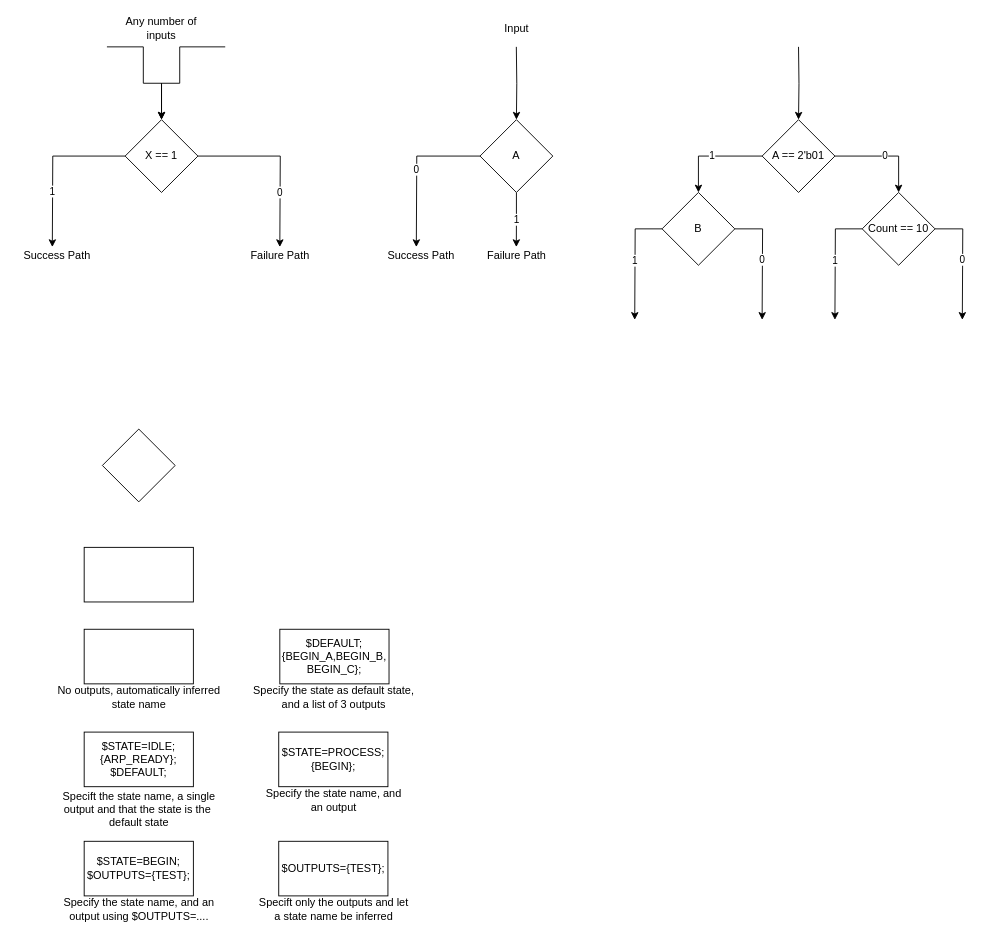
The draw.io diagram resources/fsm/readme.drawio in jonahfoley/FSM.io, before the edit. Source tidied: cells renumbered, new cells numbered last; positions are measured from the earlier drawing's top-left corner, leaving out a move shared by most shapes. Both pictures are drawn from the tidied source at 91%, with x=0, y=0 at pixel (15, 19).
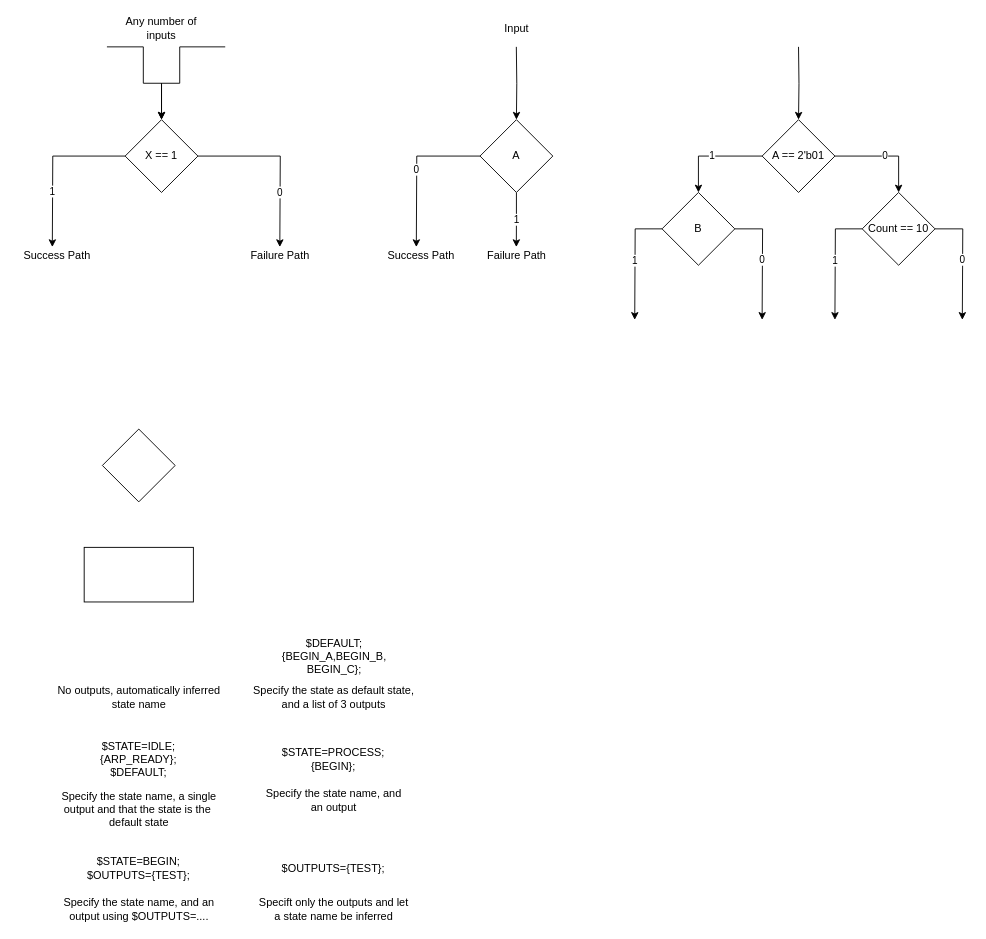
The same page after the edit.

Change to the diagram source:
```diff
@@
-    <mxCell id="2" value="$STATE=IDLE;&lt;br&gt;{ARP_READY};&lt;br&gt;$DEFAULT;" style="rounded=0;whiteSpace=wrap;html=1;fontFamily=Helvetica;" parent="1" vertex="1">
+    <mxCell id="2" value="$STATE=IDLE;&lt;br&gt;{ARP_READY};&lt;br&gt;$DEFAULT;" style="rounded=0;whiteSpace=wrap;html=1;fontFamily=Helvetica;strokeColor=none;" parent="1" vertex="1">
       <mxGeometry x="75" y="783" width="120" height="60" as="geometry" />
     </mxCell>
-    <mxCell id="3" value="$STATE=PROCESS;&lt;br&gt;{BEGIN};" style="rounded=0;whiteSpace=wrap;html=1;fontFamily=Helvetica;" parent="1" vertex="1">
+    <mxCell id="3" value="$STATE=PROCESS;&lt;br&gt;{BEGIN};" style="rounded=0;whiteSpace=wrap;html=1;fontFamily=Helvetica;strokeColor=none;" parent="1" vertex="1">
       <mxGeometry x="288.8" y="783" width="120" height="60" as="geometry" />
     </mxCell>
-    <mxCell id="4" value="$STATE=BEGIN;&lt;br&gt;$OUTPUTS={TEST};" style="rounded=0;whiteSpace=wrap;html=1;fontFamily=Helvetica;" parent="1" vertex="1">
+    <mxCell id="4" value="$STATE=BEGIN;&lt;br&gt;$OUTPUTS={TEST};" style="rounded=0;whiteSpace=wrap;html=1;fontFamily=Helvetica;strokeColor=none;" parent="1" vertex="1">
       <mxGeometry x="75" y="903" width="120" height="60" as="geometry" />
     </mxCell>
-    <mxCell id="5" value="$OUTPUTS={TEST};" style="rounded=0;whiteSpace=wrap;html=1;fontFamily=Helvetica;" parent="1" vertex="1">
+    <mxCell id="5" value="$OUTPUTS={TEST};" style="rounded=0;whiteSpace=wrap;html=1;fontFamily=Helvetica;strokeColor=none;" parent="1" vertex="1">
       <mxGeometry x="288.8" y="903" width="120" height="60" as="geometry" />
     </mxCell>
-    <mxCell id="6" value="Specift the state name, a single&lt;br&gt;output and that the state is the&amp;nbsp;&lt;br&gt;default state" style="text;html=1;align=center;verticalAlign=middle;" parent="1" vertex="1">
-      <mxGeometry x="45" y="843" width="180" height="50" as="geometry" />
+    <mxCell id="6" value="Specify the state name, a single&lt;br&gt;output and that the state is the&amp;nbsp;&lt;br&gt;default state" style="text;html=1;align=center;verticalAlign=middle;strokeColor=none;" parent="1" vertex="1">
+      <mxGeometry x="40" y="843" width="190" height="50" as="geometry" />
     </mxCell>
-    <mxCell id="7" value="Specify the state name, and&lt;br&gt;an output" style="text;html=1;align=center;verticalAlign=middle;" parent="1" vertex="1">
+    <mxCell id="7" value="Specify the state name, and&lt;br&gt;an output" style="text;html=1;align=center;verticalAlign=middle;strokeColor=none;" parent="1" vertex="1">
       <mxGeometry x="268.8" y="843" width="160" height="30" as="geometry" />
     </mxCell>
-    <mxCell id="8" value="Specify the state name, and an&lt;br&gt;output using $OUTPUTS=...." style="text;html=1;align=center;verticalAlign=middle;" parent="1" vertex="1">
+    <mxCell id="8" value="Specify the state name, and an&lt;br&gt;output using $OUTPUTS=...." style="text;html=1;align=center;verticalAlign=middle;strokeColor=none;" parent="1" vertex="1">
       <mxGeometry x="45" y="963" width="180" height="30" as="geometry" />
     </mxCell>
-    <mxCell id="9" value="Specift only the outputs and let&lt;br&gt;a state name be inferred" style="text;html=1;align=center;verticalAlign=middle;" parent="1" vertex="1">
+    <mxCell id="9" value="Specift only the outputs and let&lt;br&gt;a state name be inferred" style="text;html=1;align=center;verticalAlign=middle;strokeColor=none;" parent="1" vertex="1">
       <mxGeometry x="258.8" y="963" width="180" height="30" as="geometry" />
     </mxCell>
-    <mxCell id="10" style="rounded=0;whiteSpace=wrap;html=1;fontFamily=Helvetica;" parent="1" vertex="1">
+    <mxCell id="10" style="rounded=0;whiteSpace=wrap;html=1;fontFamily=Helvetica;strokeColor=none;" parent="1" vertex="1">
       <mxGeometry x="75" y="670" width="120" height="60" as="geometry" />
     </mxCell>
-    <mxCell id="11" value="No outputs, automatically inferred&lt;br&gt;state name" style="text;html=1;align=center;verticalAlign=middle;" parent="1" vertex="1">
+    <mxCell id="11" value="No outputs, automatically inferred&lt;br&gt;state name" style="text;html=1;align=center;verticalAlign=middle;strokeColor=none;" parent="1" vertex="1">
       <mxGeometry x="40" y="730" width="190" height="30" as="geometry" />
     </mxCell>
-    <mxCell id="12" value="$DEFAULT;{BEGIN_A,BEGIN_B,&lt;br&gt;BEGIN_C};" style="rounded=0;whiteSpace=wrap;html=1;fontFamily=Helvetica;" parent="1" vertex="1">
+    <mxCell id="12" value="$DEFAULT;{BEGIN_A,BEGIN_B,&lt;br&gt;BEGIN_C};" style="rounded=0;whiteSpace=wrap;html=1;fontFamily=Helvetica;strokeColor=none;" parent="1" vertex="1">
       <mxGeometry x="290" y="670" width="120" height="60" as="geometry" />
     </mxCell>
-    <mxCell id="13" value="Specify the state as default state,&lt;br&gt;and a list of 3 outputs" style="text;html=1;align=center;verticalAlign=middle;" parent="1" vertex="1">
+    <mxCell id="13" value="Specify the state as default state,&lt;br&gt;and a list of 3 outputs" style="text;html=1;align=center;verticalAlign=middle;strokeColor=none;" parent="1" vertex="1">
       <mxGeometry x="253.8" y="730" width="190" height="30" as="geometry" />
     </mxCell>
```
